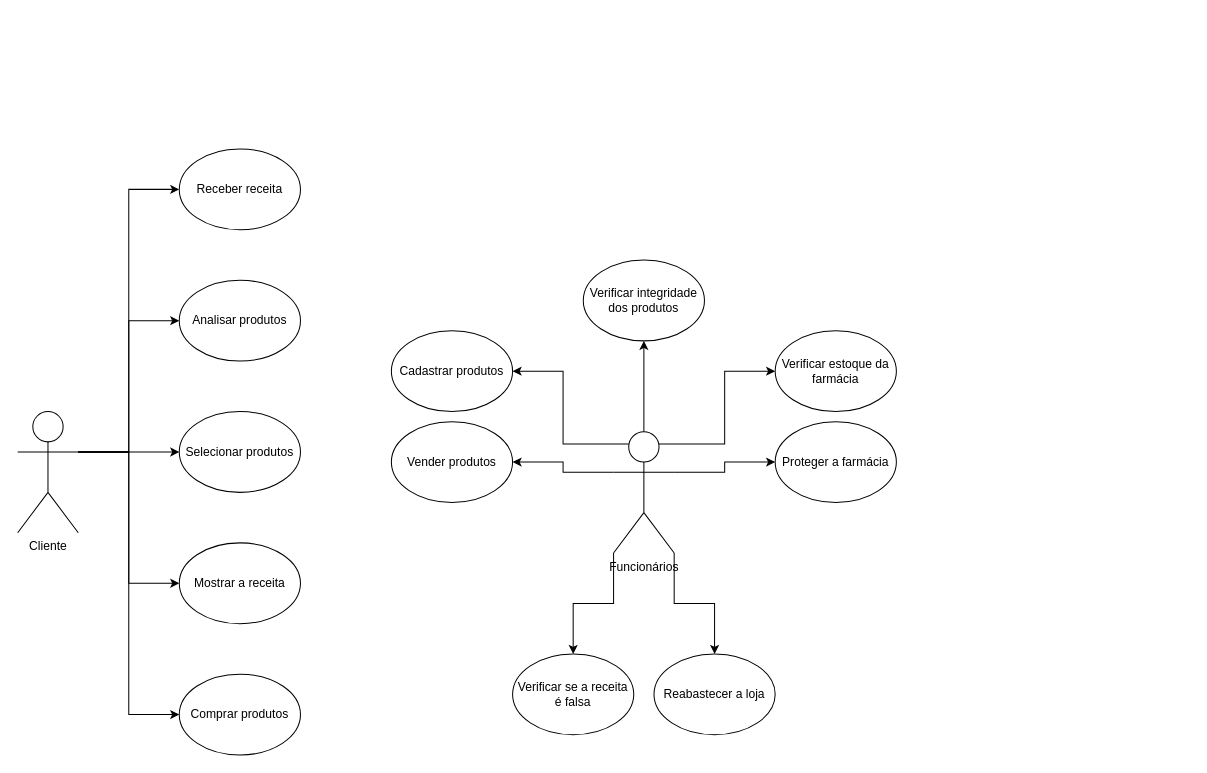
The draw.io diagram page "Caso de uso" (1 of 2) of Farmacia.drawio in Lotharzin/Farmacia, before the edit. Source tidied: cells renumbered, new cells numbered last; positions are measured from the earlier drawing's top-left corner, leaving out a move shared by most shapes. Both pictures are drawn from the tidied source at 101%, with x=0, y=0 at pixel (17, 148).
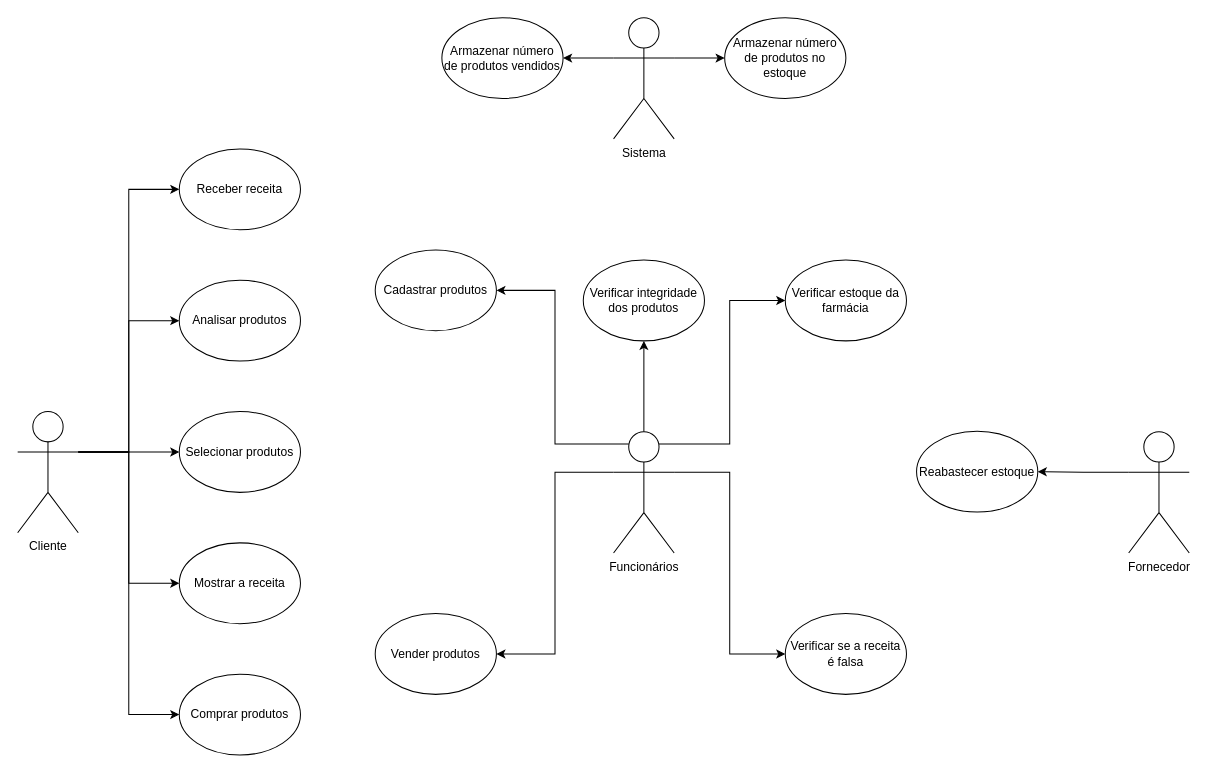
Above is the later version.

Unchanged cells that the change refers to:
```xml
<mxCell id="9" value="Funcionários" style="shape=umlActor;verticalLabelPosition=bottom;verticalAlign=top;html=1;outlineConnect=0;direction=east;" parent="1" vertex="1">
  <mxGeometry x="590" y="280" width="60" height="120" as="geometry" />
</mxCell>
```

Diff of the diagram source:
```diff
@@
-    <mxCell id="2" style="edgeStyle=orthogonalEdgeStyle;rounded=0;jettySize=auto;html=1;exitX=0;exitY=0.3333333333333333;exitDx=0;exitDy=0;exitPerimeter=0;" parent="1" edge="1" source="9" target="11">
-      <mxGeometry relative="1" as="geometry" />
-    </mxCell>
@@
-    <mxCell id="6" style="edgeStyle=orthogonalEdgeStyle;rounded=0;jettySize=auto;html=1;exitX=1;exitY=0.3333333333333333;exitDx=0;exitDy=0;exitPerimeter=0;" parent="1" edge="1" source="9" target="21">
-      <mxGeometry relative="1" as="geometry" />
-    </mxCell>
+    <mxCell id="2" style="edgeStyle=orthogonalEdgeStyle;rounded=0;jettySize=auto;html=1;exitX=0;exitY=0.3333333333333333;exitDx=0;exitDy=0;exitPerimeter=0;entryX=1;entryY=0.5;entryDx=0;entryDy=0;" parent="1" edge="1" source="9" target="11">
+      <mxGeometry relative="1" as="geometry" />
+    </mxCell>
-    <mxCell id="7" style="edgeStyle=orthogonalEdgeStyle;rounded=0;jettySize=auto;html=1;exitX=0;exitY=1;exitDx=0;exitDy=0;exitPerimeter=0;" parent="1" edge="1" source="9" target="24">
+    <mxCell id="7" style="edgeStyle=orthogonalEdgeStyle;rounded=0;jettySize=auto;html=1;exitX=1;exitY=0.3333333333333333;exitDx=0;exitDy=0;exitPerimeter=0;entryX=0;entryY=0.5;entryDx=0;entryDy=0;" parent="1" edge="1" source="9" target="24">
       <mxGeometry relative="1" as="geometry" />
     </mxCell>
-    <mxCell id="8" style="edgeStyle=orthogonalEdgeStyle;rounded=0;jettySize=auto;html=1;exitX=1;exitY=1;exitDx=0;exitDy=0;exitPerimeter=0;entryX=0.5;entryY=0;entryDx=0;entryDy=0;" parent="1" edge="1" source="9" target="25">
-      <mxGeometry relative="1" as="geometry" />
-    </mxCell>
@@
     <mxCell id="10" value="Cadastrar produtos" style="ellipse;whiteSpace=wrap;html=1;" parent="1" vertex="1">
-      <mxGeometry x="370" y="180" width="120" height="80" as="geometry" />
+      <mxGeometry x="354" y="100" width="120" height="80" as="geometry" />
     </mxCell>
     <mxCell id="11" value="Vender produtos" style="ellipse;whiteSpace=wrap;html=1;" parent="1" vertex="1">
-      <mxGeometry x="370" y="270" width="120" height="80" as="geometry" />
+      <mxGeometry x="354" y="460" width="120" height="80" as="geometry" />
     </mxCell>
@@
     <mxCell id="20" value="Verificar estoque da farmácia" style="ellipse;whiteSpace=wrap;html=1;" parent="1" vertex="1">
-      <mxGeometry x="750" y="180" width="120" height="80" as="geometry" />
+      <mxGeometry x="760" y="110" width="120" height="80" as="geometry" />
     </mxCell>
-    <mxCell id="21" value="Proteger a farmácia" style="ellipse;whiteSpace=wrap;html=1;" parent="1" vertex="1">
-      <mxGeometry x="750" y="270" width="120" height="80" as="geometry" />
-    </mxCell>
@@
     <mxCell id="24" value="Verificar se a receita é falsa" style="ellipse;whiteSpace=wrap;html=1;" parent="1" vertex="1">
-      <mxGeometry x="490" y="500" width="120" height="80" as="geometry" />
+      <mxGeometry x="760" y="460" width="120" height="80" as="geometry" />
     </mxCell>
-    <mxCell id="25" value="Reabastecer a loja" style="ellipse;whiteSpace=wrap;html=1;" parent="1" vertex="1">
-      <mxGeometry x="630" y="500" width="120" height="80" as="geometry" />
-    </mxCell>
@@
+    <mxCell id="28" style="edgeStyle=orthogonalEdgeStyle;rounded=0;jettySize=auto;html=1;exitX=0;exitY=0.3333333333333333;exitDx=0;exitDy=0;exitPerimeter=0;" parent="1" edge="1" source="29" target="30">
+      <mxGeometry relative="1" as="geometry" />
+    </mxCell>
+    <mxCell id="29" value="Fornecedor" style="shape=umlActor;verticalLabelPosition=bottom;verticalAlign=top;html=1;outlineConnect=0;" parent="1" vertex="1">
+      <mxGeometry x="1100" y="280" width="60" height="120" as="geometry" />
+    </mxCell>
+    <mxCell id="30" value="Reabastecer estoque" style="ellipse;whiteSpace=wrap;html=1;" parent="1" vertex="1">
+      <mxGeometry x="890" y="279.5" width="120" height="80" as="geometry" />
+    </mxCell>
+    <mxCell id="31" style="edgeStyle=orthogonalEdgeStyle;rounded=0;jettySize=auto;html=1;exitX=0;exitY=0.3333333333333333;exitDx=0;exitDy=0;exitPerimeter=0;" parent="1" edge="1" source="33" target="34">
+      <mxGeometry relative="1" as="geometry" />
+    </mxCell>
+    <mxCell id="32" style="edgeStyle=orthogonalEdgeStyle;rounded=0;jettySize=auto;html=1;exitX=1;exitY=0.3333333333333333;exitDx=0;exitDy=0;exitPerimeter=0;" parent="1" edge="1" source="33" target="35">
+      <mxGeometry relative="1" as="geometry" />
+    </mxCell>
+    <mxCell id="33" value="Sistema" style="shape=umlActor;verticalLabelPosition=bottom;verticalAlign=top;html=1;outlineConnect=0;" parent="1" vertex="1">
+      <mxGeometry x="590" y="-130" width="60" height="120" as="geometry" />
+    </mxCell>
+    <mxCell id="34" value="Armazenar número de produtos vendidos" style="ellipse;whiteSpace=wrap;html=1;" parent="1" vertex="1">
+      <mxGeometry x="420" y="-130" width="120" height="80" as="geometry" />
+    </mxCell>
+    <mxCell id="35" value="Armazenar número de produtos no estoque" style="ellipse;whiteSpace=wrap;html=1;" parent="1" vertex="1">
+      <mxGeometry x="700" y="-130" width="120" height="80" as="geometry" />
+    </mxCell>
```
